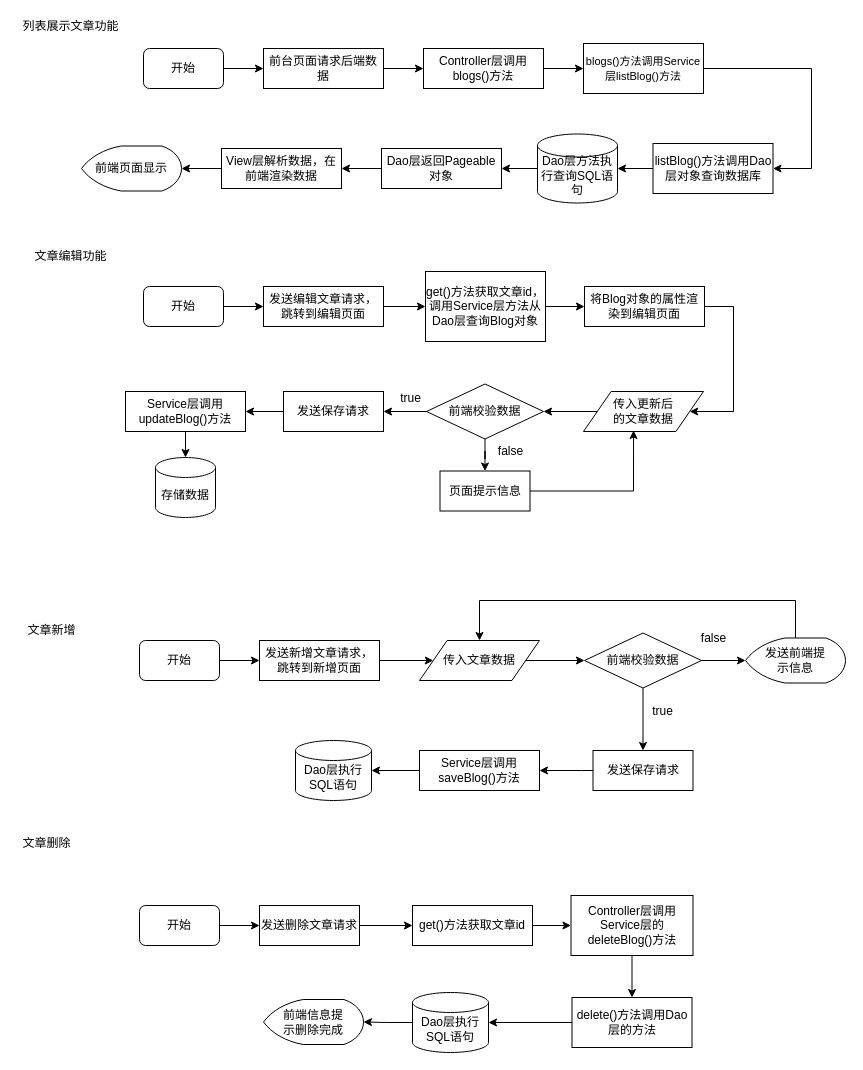
Roookie-langp/diagrams keeps this draw.io diagram as 文章模块流程图.drawio. Above is the earlier version. Source tidied: cells renumbered, new cells numbered last; positions are measured from the earlier drawing's top-left corner, leaving out a move shared by most shapes. Both pictures are drawn from the tidied source at 100%, with x=0, y=0 at pixel (17, 17).
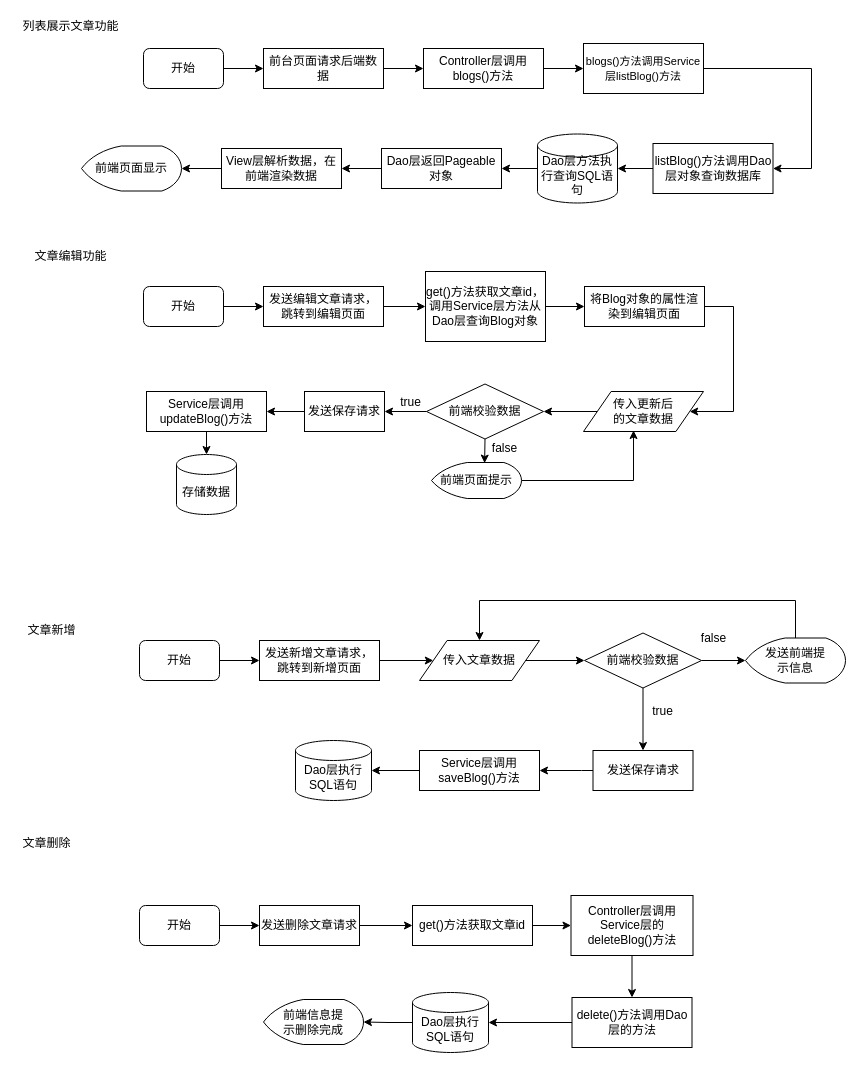
The same diagram, later.

Commit message:
更新文章模块流程图.drawio

The change refers to these unchanged cells:
```xml
<mxCell id="28" value="传入更新后&lt;br&gt;的文章数据" style="shape=parallelogram;html=1;strokeWidth=1;perimeter=parallelogramPerimeter;whiteSpace=wrap;rounded=0;arcSize=12;size=0.23;fontSize=12;" parent="1" vertex="1">
  <mxGeometry x="566" y="374" width="120" height="40" as="geometry" />
</mxCell>
<mxCell id="54" value="前端校验数据" style="strokeWidth=1;html=1;shape=mxgraph.flowchart.decision;whiteSpace=wrap;rounded=0;fontSize=12;" parent="1" vertex="1">
  <mxGeometry x="409" y="366.5" width="117" height="55" as="geometry" />
</mxCell>
```

Change to the diagram source:
```diff
@@
     <mxCell id="27" value="发送保存请求" style="whiteSpace=wrap;html=1;rounded=0;glass=0;strokeWidth=1;shadow=0;" parent="1" vertex="1">
-      <mxGeometry x="266" y="374" width="100" height="40" as="geometry" />
+      <mxGeometry x="287" y="374" width="80" height="40" as="geometry" />
     </mxCell>
@@
     <mxCell id="30" value="Service层调用updateBlog()方法" style="whiteSpace=wrap;html=1;rounded=0;glass=0;strokeWidth=1;shadow=0;" parent="1" vertex="1">
-      <mxGeometry x="108" y="374" width="120" height="40" as="geometry" />
+      <mxGeometry x="129" y="374" width="120" height="40" as="geometry" />
     </mxCell>
     <mxCell id="31" value="&lt;br&gt;存储数据" style="strokeWidth=1;html=1;shape=mxgraph.flowchart.database;whiteSpace=wrap;rounded=0;fontSize=12;" parent="1" vertex="1">
-      <mxGeometry x="138" y="440" width="60" height="60" as="geometry" />
+      <mxGeometry x="159" y="437" width="60" height="60" as="geometry" />
     </mxCell>
@@
-    <mxCell id="52" style="edgeStyle=orthogonalEdgeStyle;rounded=0;jettySize=auto;html=1;fontSize=12;endArrow=classic;endFill=1;exitX=0.5;exitY=1;exitDx=0;exitDy=0;exitPerimeter=0;" parent="1" edge="1" source="54" target="56">
+    <mxCell id="52" style="edgeStyle=orthogonalEdgeStyle;rounded=0;jettySize=auto;html=1;fontSize=12;endArrow=classic;endFill=1;exitX=0.5;exitY=1;exitDx=0;exitDy=0;exitPerimeter=0;entryX=0.59;entryY=0.017;entryDx=0;entryDy=0;entryPerimeter=0;" parent="1" edge="1" source="54" target="76">
       <mxGeometry relative="1" as="geometry" />
     </mxCell>
@@
-    <mxCell id="55" style="edgeStyle=orthogonalEdgeStyle;rounded=0;jettySize=auto;html=1;fontSize=12;endArrow=classic;endFill=1;entryX=0.417;entryY=0.975;entryDx=0;entryDy=0;entryPerimeter=0;" parent="1" edge="1" source="56" target="28">
+    <mxCell id="55" style="edgeStyle=orthogonalEdgeStyle;rounded=0;jettySize=auto;html=1;fontSize=12;endArrow=classic;endFill=1;entryX=0.417;entryY=0.975;entryDx=0;entryDy=0;entryPerimeter=0;exitX=1;exitY=0.5;exitDx=0;exitDy=0;exitPerimeter=0;" parent="1" edge="1" source="76" target="28">
       <mxGeometry relative="1" as="geometry" />
     </mxCell>
-    <mxCell id="56" value="页面提示信息" style="whiteSpace=wrap;html=1;strokeWidth=1;rounded=0;" parent="1" vertex="1">
-      <mxGeometry x="422.5" y="453.5" width="90" height="40" as="geometry" />
-    </mxCell>
     <mxCell id="57" value="false" style="text;html=1;align=center;verticalAlign=middle;strokeColor=none;fillColor=none;fontSize=12;" parent="1" vertex="1">
-      <mxGeometry x="472.5" y="424" width="40" height="20" as="geometry" />
+      <mxGeometry x="467" y="421" width="40" height="20" as="geometry" />
     </mxCell>
     <mxCell id="58" value="true" style="text;html=1;align=center;verticalAlign=middle;strokeColor=none;fillColor=none;fontSize=12;" parent="1" vertex="1">
-      <mxGeometry x="377" y="372" width="31" height="18" as="geometry" />
+      <mxGeometry x="377" y="376" width="31" height="18" as="geometry" />
     </mxCell>
@@
+    <mxCell id="76" value="前端页面提示" style="strokeWidth=1;html=1;shape=mxgraph.flowchart.display;whiteSpace=wrap;" parent="1" vertex="1">
+      <mxGeometry x="414" y="445" width="90" height="36" as="geometry" />
+    </mxCell>
```
